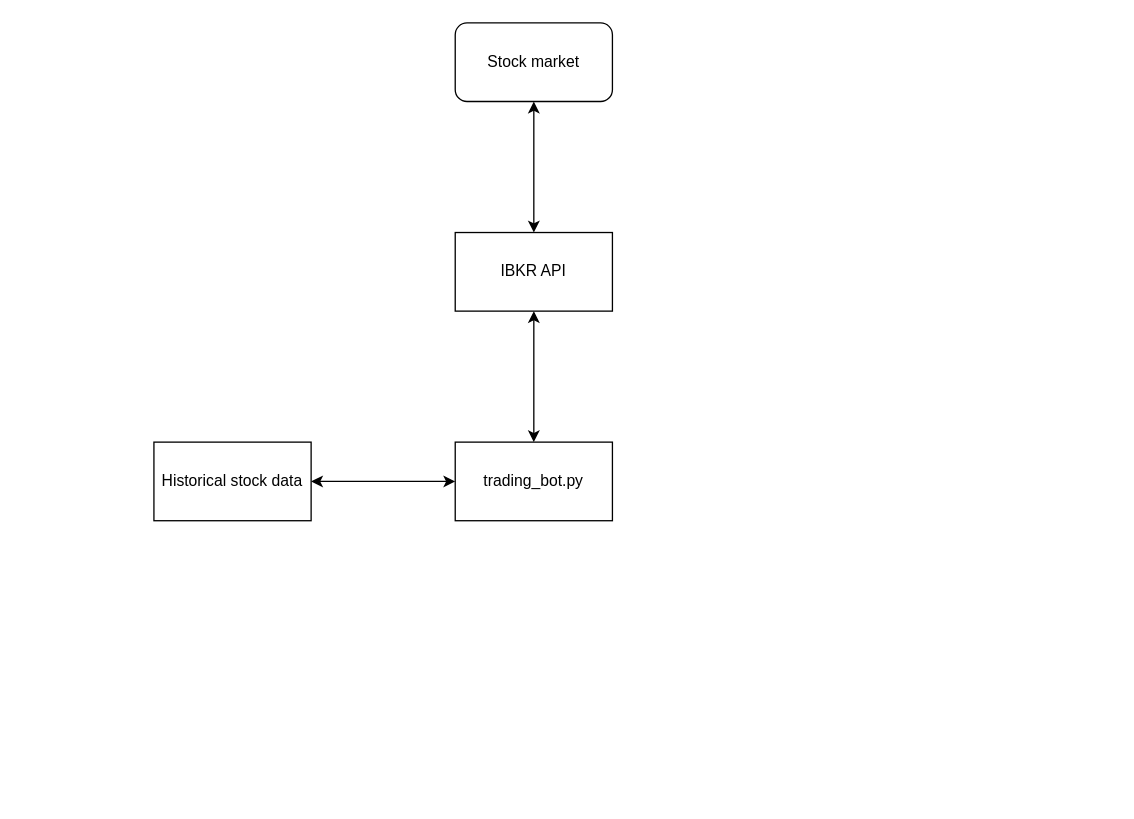
Earlier version of the draw.io diagram system_overview.drawio (carlssonsleo/frigg). Source tidied: cells renumbered, new cells numbered last; positions are measured from the earlier drawing's top-left corner, leaving out a move shared by most shapes. Both pictures are drawn from the tidied source at 131%, with x=0, y=0 at pixel (153, 22).
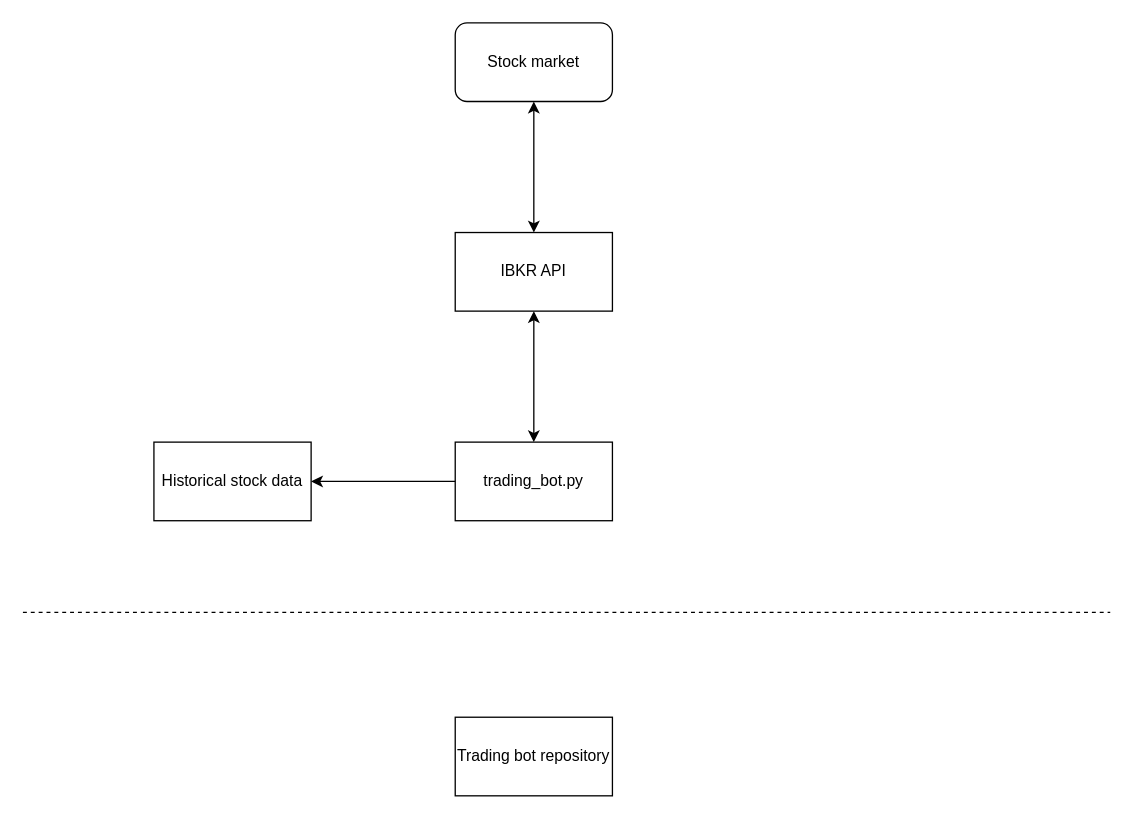
The same page after the edit.

Change to the diagram source:
```diff
@@
 <mxGraphModel>
   <root>
     <mxCell id="0" />
     <mxCell id="1" parent="0" />
     <mxCell id="2" value="IBKR API" style="rounded=0;whiteSpace=wrap;html=1;" parent="1" vertex="1">
       <mxGeometry x="230" y="160" width="120" height="60" as="geometry" />
     </mxCell>
     <mxCell id="3" value="Stock market" style="rounded=1;whiteSpace=wrap;html=1;" parent="1" vertex="1">
       <mxGeometry x="230" width="120" height="60" as="geometry" />
     </mxCell>
     <mxCell id="4" style="endArrow=classic;startArrow=classic;html=1;exitX=0.5;exitY=0;exitDx=0;exitDy=0;" parent="1" edge="1" source="2">
       <mxGeometry relative="1" as="geometry">
         <mxPoint x="290" y="60" as="targetPoint" />
       </mxGeometry>
     </mxCell>
     <mxCell id="5" value="trading_bot.py" style="rounded=0;whiteSpace=wrap;html=1;" parent="1" vertex="1">
       <mxGeometry x="230" y="320" width="120" height="60" as="geometry" />
     </mxCell>
     <mxCell id="6" style="endArrow=classic;startArrow=classic;html=1;exitX=0.5;exitY=0;exitDx=0;exitDy=0;" parent="1" edge="1" source="5">
       <mxGeometry relative="1" as="geometry">
         <mxPoint x="290" y="220" as="targetPoint" />
       </mxGeometry>
     </mxCell>
     <mxCell id="7" value="Historical stock data" style="rounded=0;whiteSpace=wrap;html=1;" parent="1" vertex="1">
       <mxGeometry y="320" width="120" height="60" as="geometry" />
     </mxCell>
-    <mxCell id="8" style="endArrow=classic;startArrow=classic;html=1;entryX=0;entryY=0.5;entryDx=0;entryDy=0;" parent="1" edge="1" target="5">
-      <mxGeometry relative="1" as="geometry">
-        <mxPoint x="120" y="350" as="sourcePoint" />
-      </mxGeometry>
-    </mxCell>
+    <mxCell id="9" style="endArrow=classic;html=1;entryX=1;entryY=0.5;entryDx=0;entryDy=0;" parent="1" edge="1" target="7">
+      <mxGeometry relative="1" as="geometry">
+        <mxPoint x="230" y="350" as="sourcePoint" />
+      </mxGeometry>
+    </mxCell>
+    <mxCell id="10" style="endArrow=none;dashed=1;html=1;" parent="1" edge="1">
+      <mxGeometry relative="1" as="geometry">
+        <mxPoint x="-100" y="450" as="sourcePoint" />
+        <mxPoint x="730" y="450" as="targetPoint" />
+      </mxGeometry>
+    </mxCell>
+    <mxCell id="11" value="Trading bot repository" style="rounded=0;whiteSpace=wrap;html=1;" parent="1" vertex="1">
+      <mxGeometry x="230" y="530" width="120" height="60" as="geometry" />
+    </mxCell>
   </root>
 </mxGraphModel>
```
